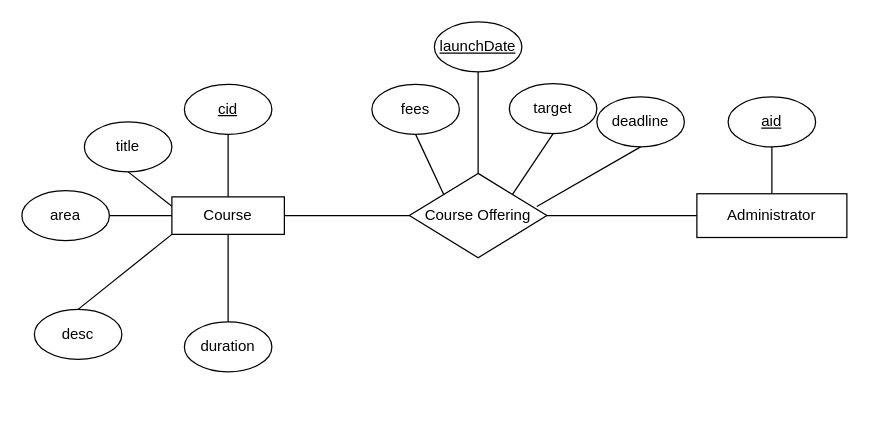
This is Untitled Diagram.drawio from chuyouchia/cs2102diagrams, a draw.io file, before an edit. Source tidied: cells renumbered, new cells numbered last; positions are measured from the earlier drawing's top-left corner, leaving out a move shared by most shapes. Both pictures are drawn from the tidied source at 125%, with x=0, y=0 at pixel (21, 21).
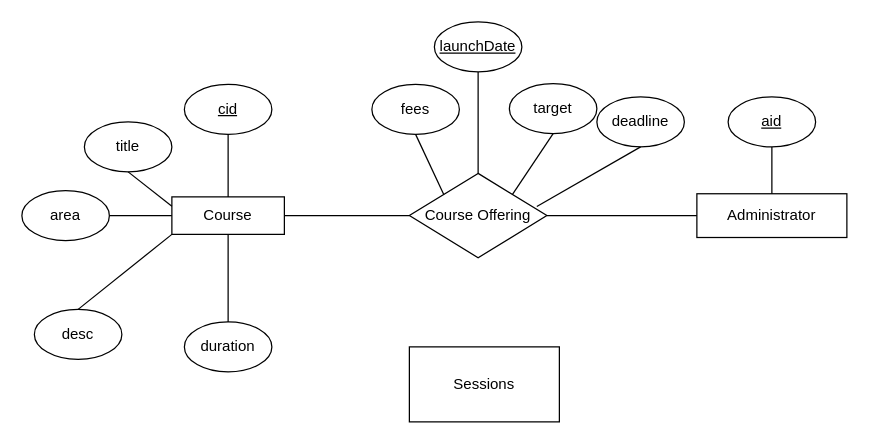
The same page after the edit.

What changed in the source:
```diff
@@
+    <mxCell id="27" value="Sessions" style="rounded=0;whiteSpace=wrap;html=1;" parent="1" vertex="1">
+      <mxGeometry x="310" y="260" width="120" height="60" as="geometry" />
+    </mxCell>
```
